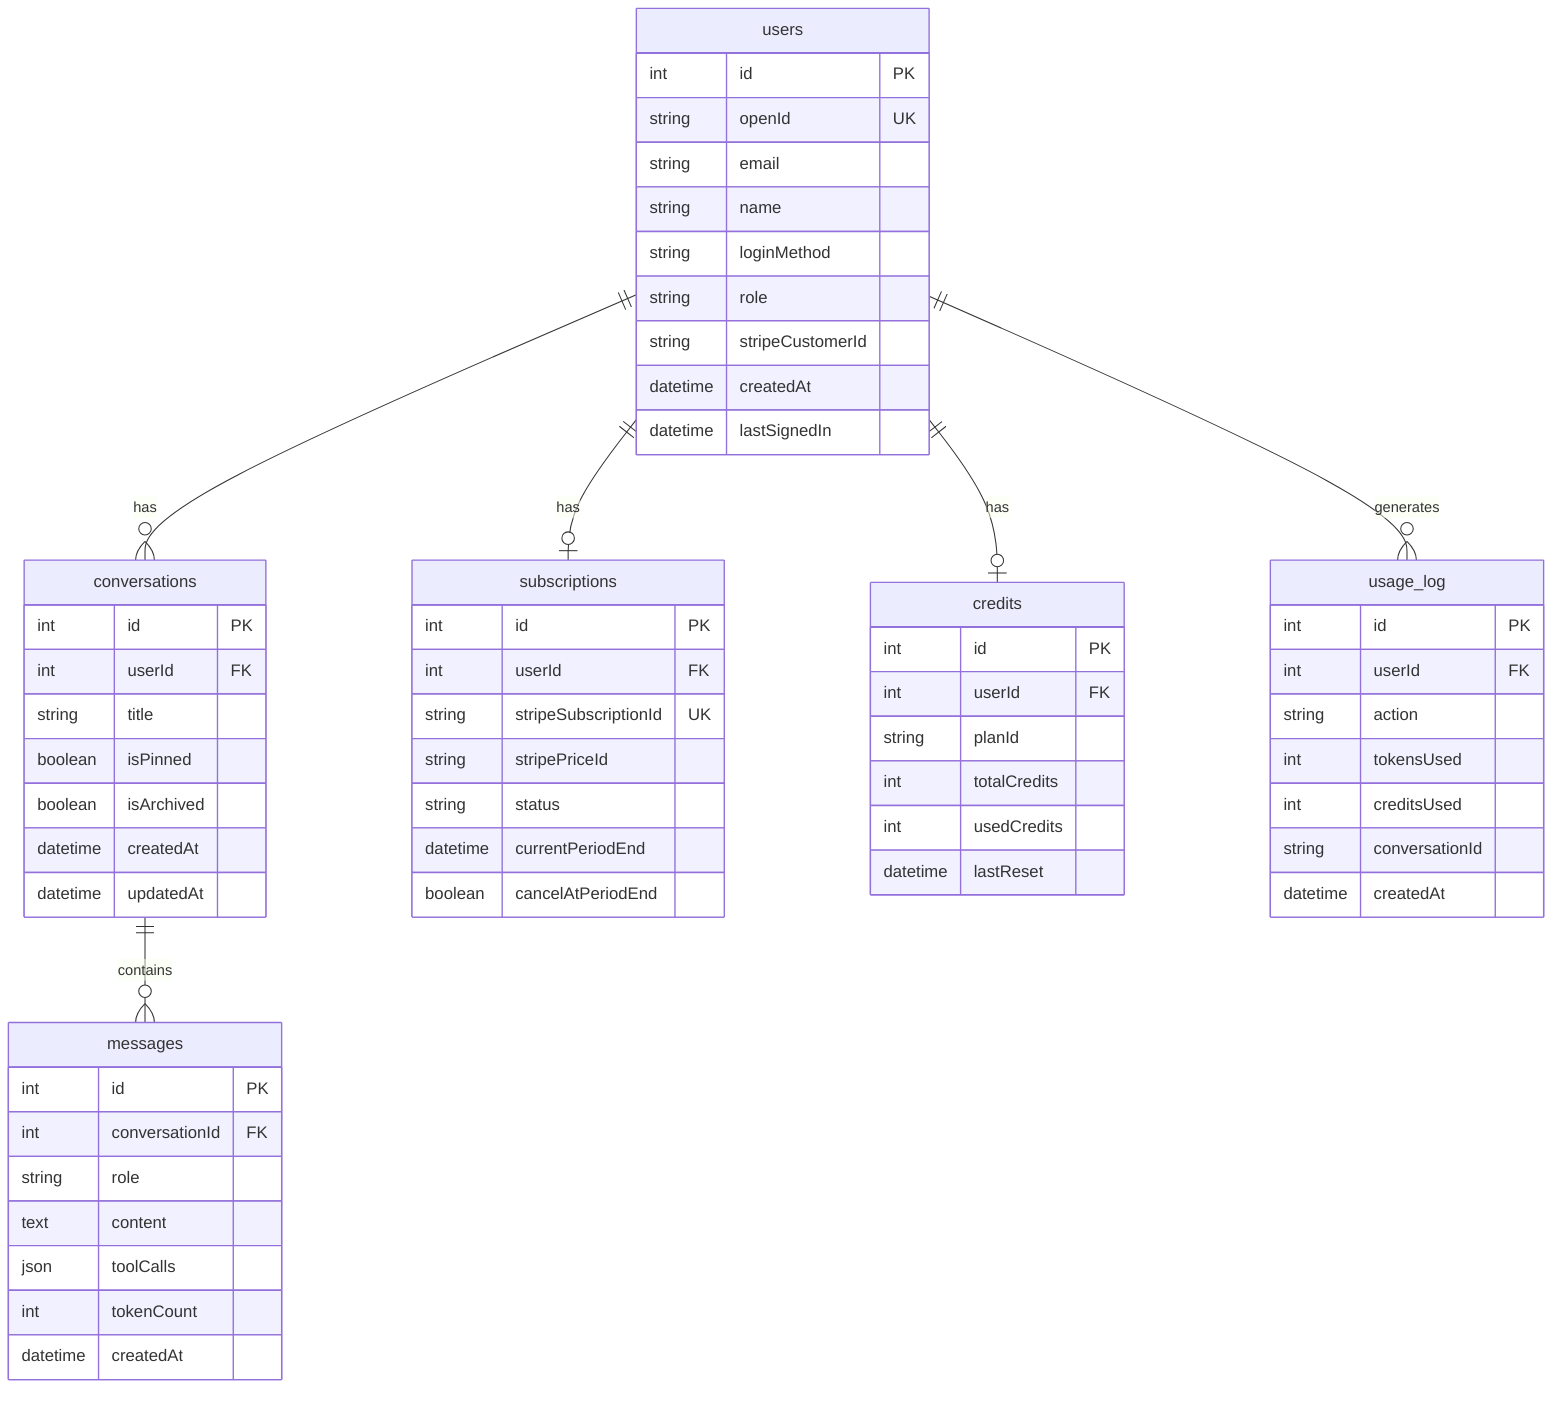
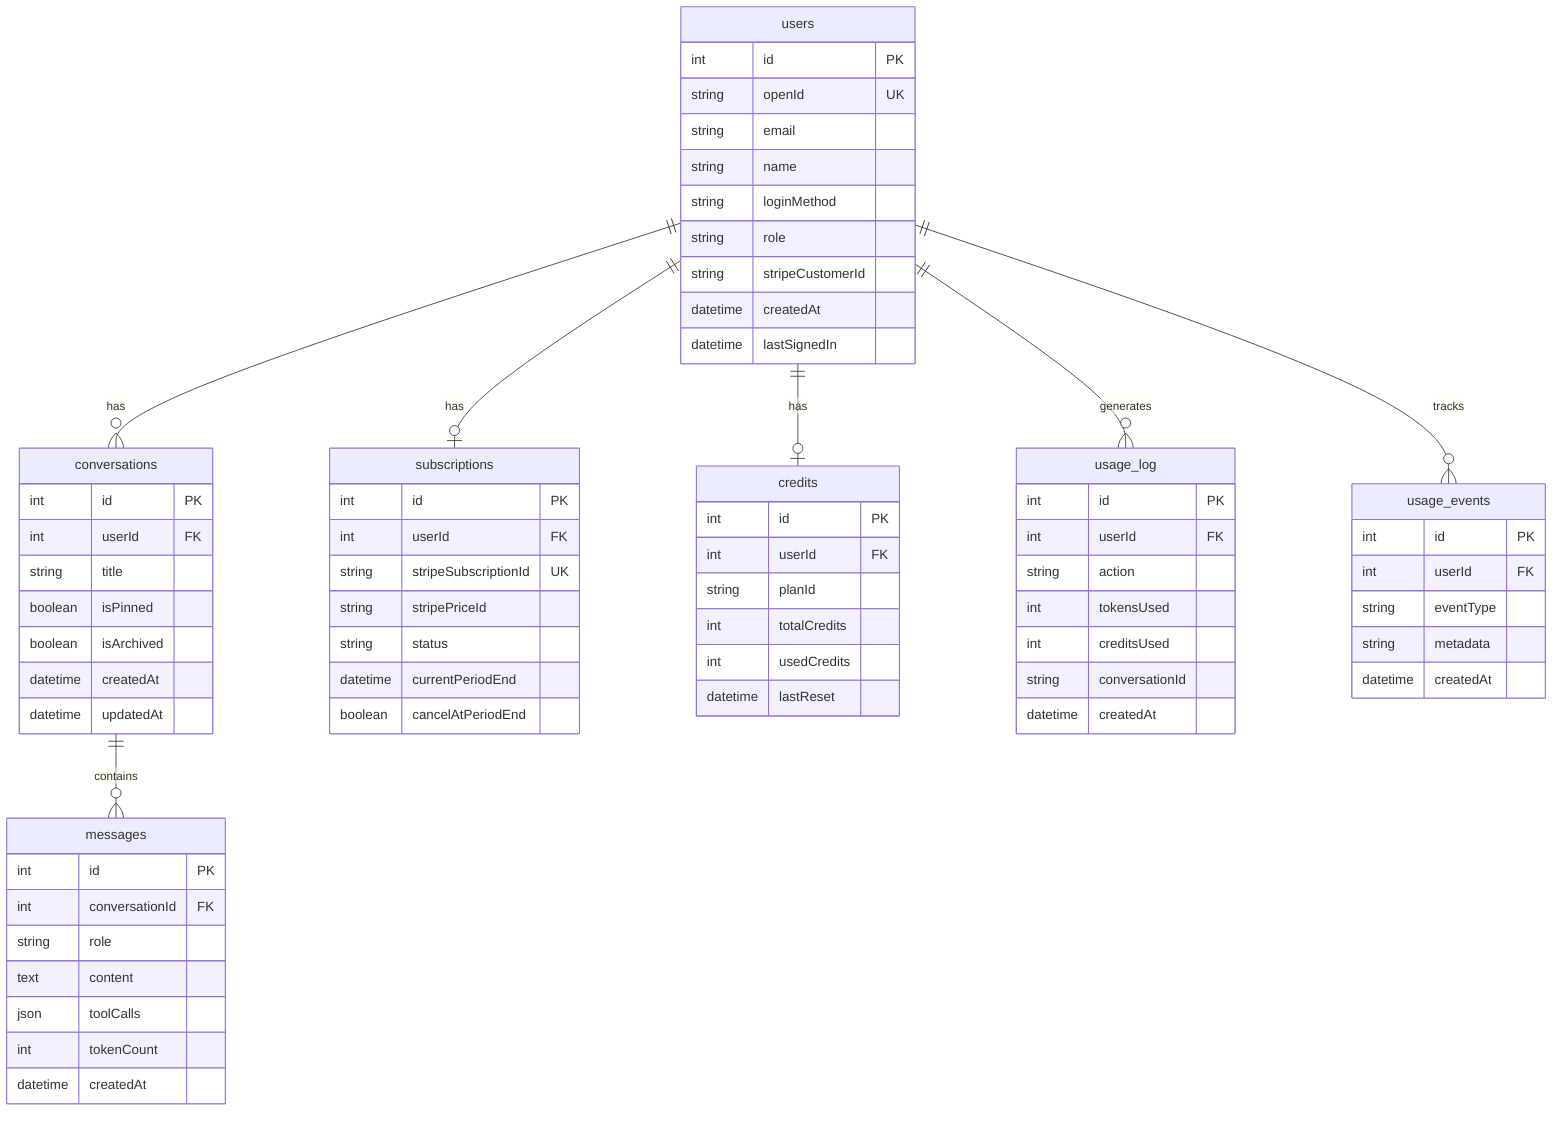
erDiagram
    users ||--o{ conversations : "has"
    users ||--o| subscriptions : "has"
    users ||--o| credits : "has"
    users ||--o{ usage_log : "generates"
+     users ||--o{ usage_events : "tracks"
    conversations ||--o{ messages : "contains"

    users {
        int id PK
        string openId UK
        string email
        string name
        string loginMethod
        string role
        string stripeCustomerId
        datetime createdAt
        datetime lastSignedIn
    }

    conversations {
        int id PK
        int userId FK
        string title
        boolean isPinned
        boolean isArchived
        datetime createdAt
        datetime updatedAt
    }

    messages {
        int id PK
        int conversationId FK
        string role
        text content
        json toolCalls
        int tokenCount
        datetime createdAt
    }

    subscriptions {
        int id PK
        int userId FK
        string stripeSubscriptionId UK
        string stripePriceId
        string status
        datetime currentPeriodEnd
        boolean cancelAtPeriodEnd
    }

    credits {
        int id PK
        int userId FK
        string planId
        int totalCredits
        int usedCredits
        datetime lastReset
    }

    usage_log {
        int id PK
        int userId FK
        string action
        int tokensUsed
        int creditsUsed
        string conversationId
        datetime createdAt
    }
+ 
+     usage_events {
+         int id PK
+         int userId FK
+         string eventType
+         string metadata
+         datetime createdAt
+     }
